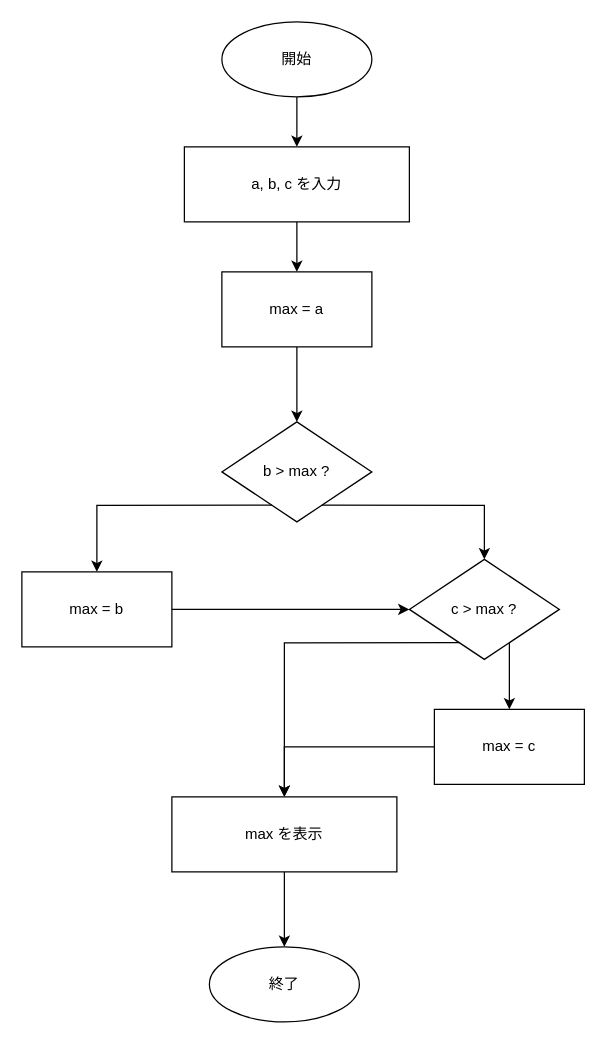
Earlier version of the draw.io diagram 1Q/2/2-3.drawio (12r9p/3E). Source tidied: cells renumbered, new cells numbered last; positions are measured from the earlier drawing's top-left corner, leaving out a move shared by most shapes. Both pictures are drawn from the tidied source at 125%, with x=0, y=0 at pixel (21, 21).
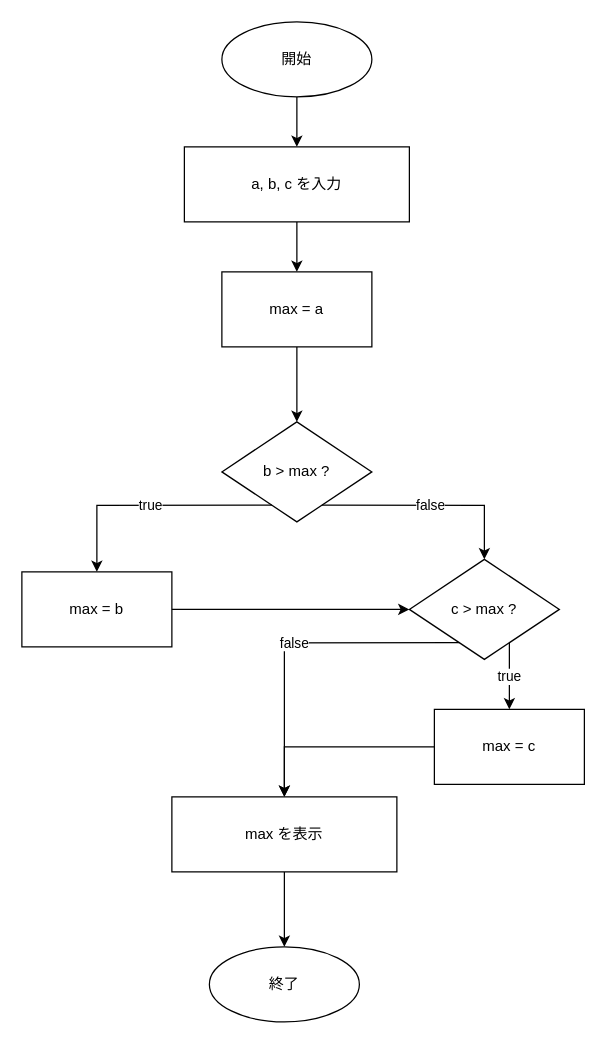
The same page after the edit.

Unchanged cells that the change refers to:
```xml
<mxCell id="5" value="b &gt; max ?" style="rhombus;whiteSpace=wrap;html=1;" parent="1" vertex="1">
  <mxGeometry x="160" y="320" width="120" height="80" as="geometry" />
</mxCell>
<mxCell id="6" value="max = b" style="rectangle;whiteSpace=wrap;html=1;" parent="1" vertex="1">
  <mxGeometry y="440" width="120" height="60" as="geometry" />
</mxCell>
<mxCell id="7" value="c &gt; max ?" style="rhombus;whiteSpace=wrap;html=1;" parent="1" vertex="1">
  <mxGeometry x="310" y="430" width="120" height="80" as="geometry" />
</mxCell>
<mxCell id="8" value="max = c" style="rectangle;whiteSpace=wrap;html=1;" parent="1" vertex="1">
  <mxGeometry x="330" y="550" width="120" height="60" as="geometry" />
</mxCell>
<mxCell id="9" value="max を表示" style="parallelogram;whiteSpace=wrap;html=1;" parent="1" vertex="1">
  <mxGeometry x="120" y="620" width="180" height="60" as="geometry" />
</mxCell>
```

What changed in the source:
```diff
@@
-    <mxCell id="14" style="edgeStyle=orthogonalEdgeStyle;rounded=0;html=1;exitX=0.25;exitY=1;entryX=0.5;entryY=0;jettySize=auto;" parent="1" edge="1" source="5" target="6">
+    <mxCell id="14" value="true" style="edgeStyle=orthogonalEdgeStyle;rounded=0;html=1;exitX=0.25;exitY=1;entryX=0.5;entryY=0;jettySize=auto;" parent="1" edge="1" source="5" target="6">
       <mxGeometry relative="1" as="geometry" />
     </mxCell>
-    <mxCell id="15" style="edgeStyle=orthogonalEdgeStyle;rounded=0;html=1;exitX=0.75;exitY=1;entryX=0.5;entryY=0;jettySize=auto;" parent="1" edge="1" source="5" target="7">
+    <mxCell id="15" value="false" style="edgeStyle=orthogonalEdgeStyle;rounded=0;html=1;exitX=0.75;exitY=1;entryX=0.5;entryY=0;jettySize=auto;" parent="1" edge="1" source="5" target="7">
       <mxGeometry relative="1" as="geometry" />
     </mxCell>
@@
-    <mxCell id="17" style="edgeStyle=orthogonalEdgeStyle;rounded=0;html=1;exitX=0.75;exitY=1;entryX=0.5;entryY=0;jettySize=auto;" parent="1" edge="1" source="7" target="8">
+    <mxCell id="17" value="true" style="edgeStyle=orthogonalEdgeStyle;rounded=0;html=1;exitX=0.75;exitY=1;entryX=0.5;entryY=0;jettySize=auto;" parent="1" edge="1" source="7" target="8">
       <mxGeometry relative="1" as="geometry" />
     </mxCell>
-    <mxCell id="18" style="edgeStyle=orthogonalEdgeStyle;rounded=0;html=1;exitX=0.25;exitY=1;entryX=0.5;entryY=0;jettySize=auto;" parent="1" edge="1" source="7" target="9">
+    <mxCell id="18" value="false" style="edgeStyle=orthogonalEdgeStyle;rounded=0;html=1;exitX=0.25;exitY=1;entryX=0.5;entryY=0;jettySize=auto;" parent="1" edge="1" source="7" target="9">
       <mxGeometry relative="1" as="geometry" />
     </mxCell>
```
